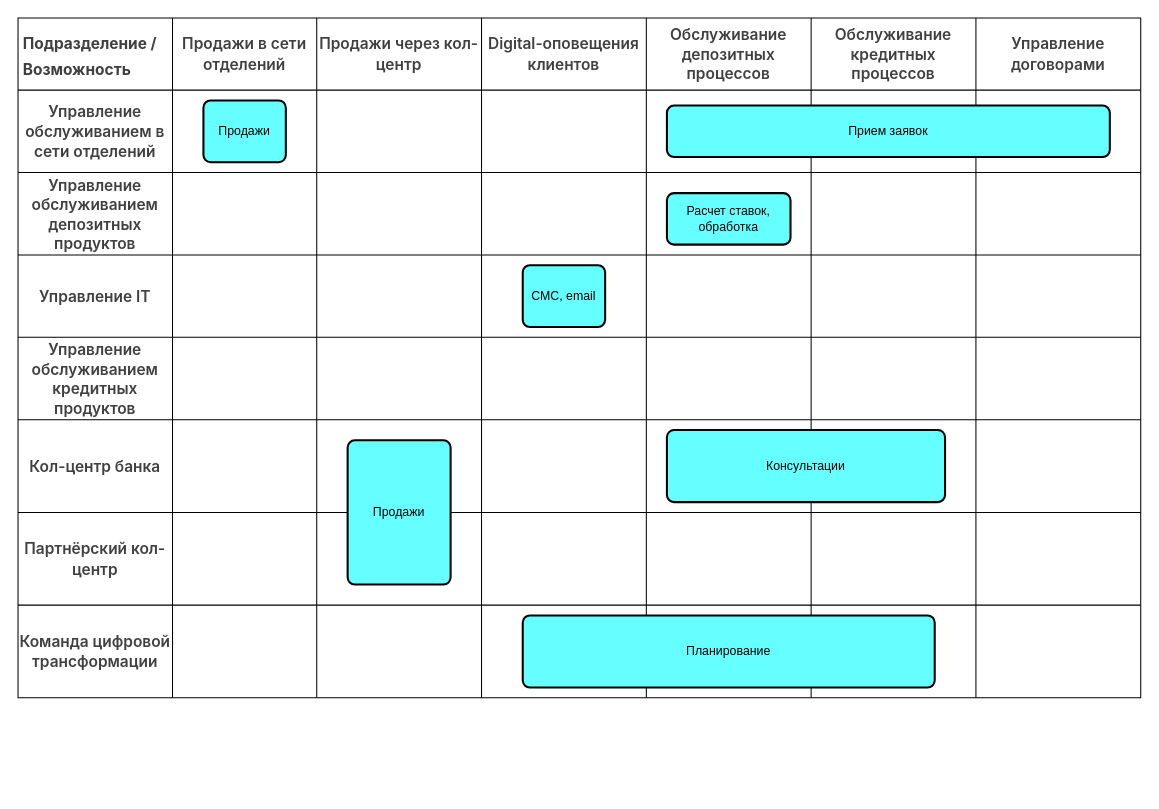
Above: Task1/Карта it ландшафта.drawio in Sorfol/architecture-pro-standart (draw.io), before the change. Source tidied: cells renumbered, new cells numbered last; positions are measured from the earlier drawing's top-left corner, leaving out a move shared by most shapes. Both pictures are drawn from the tidied source at 103%, with x=0, y=0 at pixel (18, 18).
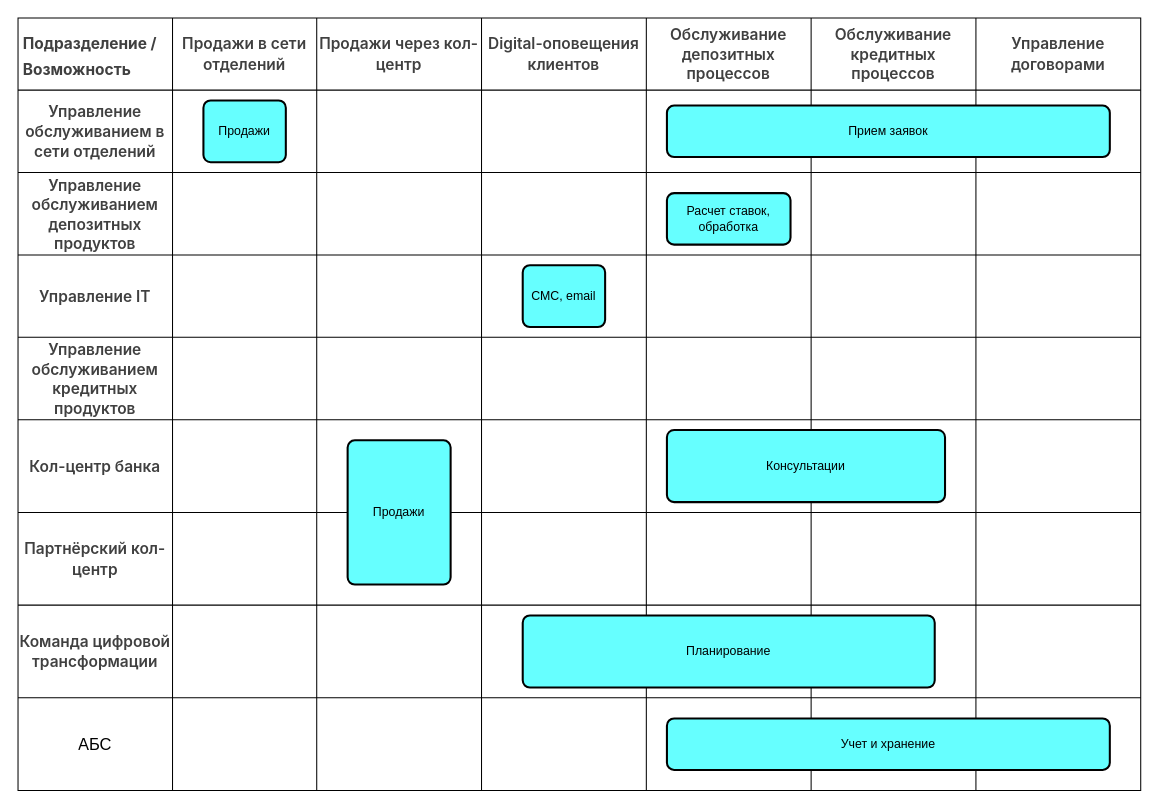
Above is the later version.

Diff of the diagram source:
```diff
@@
     <mxCell id="2" style="shape=table;startSize=0;childLayout=tableLayout;fontSize=16;" parent="1" vertex="1">
-      <mxGeometry width="1090" height="660" as="geometry" />
+      <mxGeometry width="1090" height="750" as="geometry" />
     </mxCell>
@@
+    <mxCell id="74" style="shape=tableRow;horizontal=0;startSize=0;swimlaneHead=0;swimlaneBody=0;strokeColor=inherit;top=0;left=0;bottom=0;right=0;fillColor=none;fontSize=16;" parent="2" vertex="1">
+      <mxGeometry y="660" width="1090" height="90" as="geometry" />
+    </mxCell>
+    <mxCell id="75" value="АБС" style="shape=partialRectangle;html=1;whiteSpace=wrap;strokeColor=inherit;overflow=hidden;fillColor=none;top=0;left=0;bottom=0;right=0;fontSize=16;" parent="74" vertex="1">
+      <mxGeometry width="150" height="90" as="geometry" />
+    </mxCell>
+    <mxCell id="76" style="shape=partialRectangle;html=1;whiteSpace=wrap;strokeColor=inherit;overflow=hidden;fillColor=none;top=0;left=0;bottom=0;right=0;fontSize=16;" parent="74" vertex="1">
+      <mxGeometry x="150" width="140" height="90" as="geometry" />
+    </mxCell>
+    <mxCell id="77" style="shape=partialRectangle;html=1;whiteSpace=wrap;strokeColor=inherit;overflow=hidden;fillColor=none;top=0;left=0;bottom=0;right=0;fontSize=16;" parent="74" vertex="1">
+      <mxGeometry x="290" width="160" height="90" as="geometry" />
+    </mxCell>
+    <mxCell id="78" style="shape=partialRectangle;html=1;whiteSpace=wrap;strokeColor=inherit;overflow=hidden;fillColor=none;top=0;left=0;bottom=0;right=0;fontSize=16;" parent="74" vertex="1">
+      <mxGeometry x="450" width="160" height="90" as="geometry" />
+    </mxCell>
+    <mxCell id="79" style="shape=partialRectangle;html=1;whiteSpace=wrap;strokeColor=inherit;overflow=hidden;fillColor=none;top=0;left=0;bottom=0;right=0;fontSize=16;" parent="74" vertex="1">
+      <mxGeometry x="610" width="160" height="90" as="geometry" />
+    </mxCell>
+    <mxCell id="80" style="shape=partialRectangle;html=1;whiteSpace=wrap;strokeColor=inherit;overflow=hidden;fillColor=none;top=0;left=0;bottom=0;right=0;fontSize=16;" parent="74" vertex="1">
+      <mxGeometry x="770" width="160" height="90" as="geometry" />
+    </mxCell>
+    <mxCell id="81" style="shape=partialRectangle;html=1;whiteSpace=wrap;strokeColor=inherit;overflow=hidden;fillColor=none;top=0;left=0;bottom=0;right=0;fontSize=16;" parent="74" vertex="1">
+      <mxGeometry x="930" width="160" height="90" as="geometry" />
+    </mxCell>
@@
+    <mxCell id="82" value="Учет и хранение" style="rounded=1;whiteSpace=wrap;html=1;absoluteArcSize=1;arcSize=14;strokeWidth=2;fillColor=#66FFFF;" parent="1" vertex="1">
+      <mxGeometry x="630" y="680" width="430" height="50" as="geometry" />
+    </mxCell>
```
